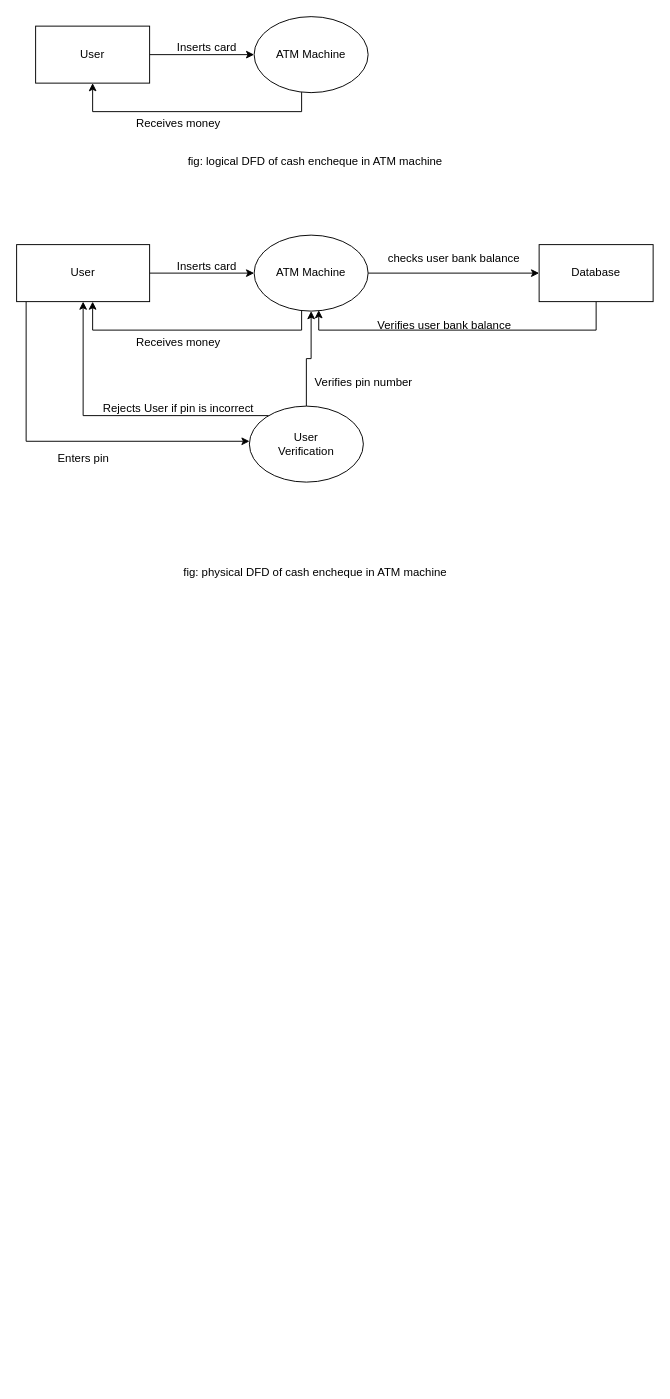
Above: sad/lab4.drawio in Binamra7/fifth-sem (draw.io), before the change. Source tidied: cells renumbered, new cells numbered last; positions are measured from the earlier drawing's top-left corner, leaving out a move shared by most shapes. Both pictures are drawn from the tidied source at 95%, with x=0, y=0 at pixel (16, 16).
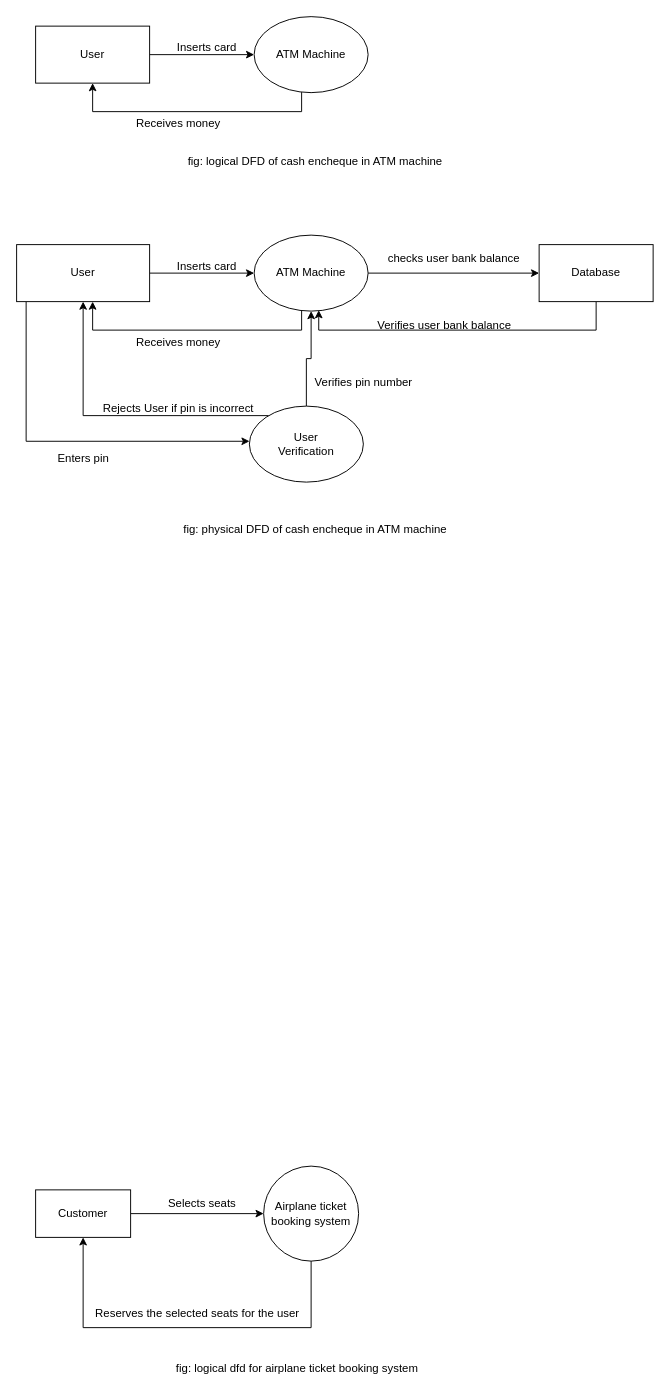
The same page after the edit.

Change to the diagram source:
```diff
@@
     <mxCell id="21" value="fig: physical DFD of cash encheque in ATM machine" style="text;html=1;align=center;verticalAlign=middle;strokeColor=none;fillColor=none;" parent="1" vertex="1">
-      <mxGeometry x="164" y="570" width="300" height="30" as="geometry" />
+      <mxGeometry x="164" y="525" width="300" height="30" as="geometry" />
     </mxCell>
@@
+    <mxCell id="28" style="edgeStyle=orthogonalEdgeStyle;rounded=0;jettySize=auto;html=1;" parent="1" edge="1" source="29" target="31">
+      <mxGeometry relative="1" as="geometry">
+        <Array as="points">
+          <mxPoint x="310" y="1380" />
+          <mxPoint x="70" y="1380" />
+        </Array>
+      </mxGeometry>
+    </mxCell>
+    <mxCell id="29" value="Airplane ticket booking system" style="shape=ellipse;html=1;dashed=0;whiteSpace=wrap;perimeter=ellipsePerimeter;" parent="1" vertex="1">
+      <mxGeometry x="260" y="1210" width="100" height="100" as="geometry" />
+    </mxCell>
+    <mxCell id="30" style="edgeStyle=orthogonalEdgeStyle;rounded=0;jettySize=auto;html=1;" parent="1" edge="1" source="31" target="29">
+      <mxGeometry relative="1" as="geometry" />
+    </mxCell>
+    <mxCell id="31" value="Customer" style="html=1;dashed=0;whiteSpace=wrap;" parent="1" vertex="1">
+      <mxGeometry x="20" y="1235" width="100" height="50" as="geometry" />
+    </mxCell>
+    <mxCell id="32" value="Selects seats" style="text;html=1;align=center;verticalAlign=middle;strokeColor=none;fillColor=none;" parent="1" vertex="1">
+      <mxGeometry x="150" y="1235" width="90" height="30" as="geometry" />
+    </mxCell>
+    <mxCell id="33" value="Reserves the selected seats for the user" style="text;html=1;align=center;verticalAlign=middle;strokeColor=none;fillColor=none;" parent="1" vertex="1">
+      <mxGeometry x="70" y="1350" width="240" height="30" as="geometry" />
+    </mxCell>
+    <mxCell id="34" value="fig: logical dfd for airplane ticket booking system" style="text;html=1;align=center;verticalAlign=middle;strokeColor=none;fillColor=none;" parent="1" vertex="1">
+      <mxGeometry x="155" y="1408" width="280" height="30" as="geometry" />
+    </mxCell>
```
